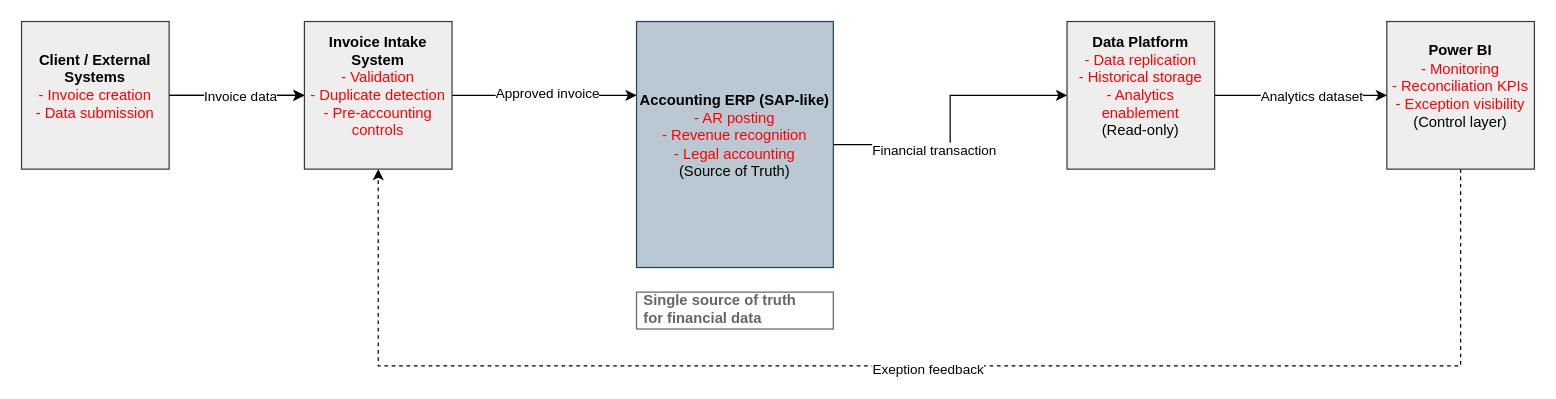
Before: diagrams/I2C_Logical_System_Architecture.drawio in aoffenbek/invoice-to-cash-bsa-portfolio, a draw.io diagram. Source tidied: cells renumbered, new cells numbered last; positions are measured from the earlier drawing's top-left corner, leaving out a move shared by most shapes. Both pictures are drawn from the tidied source at 123%, with x=0, y=0 at pixel (21, 21).
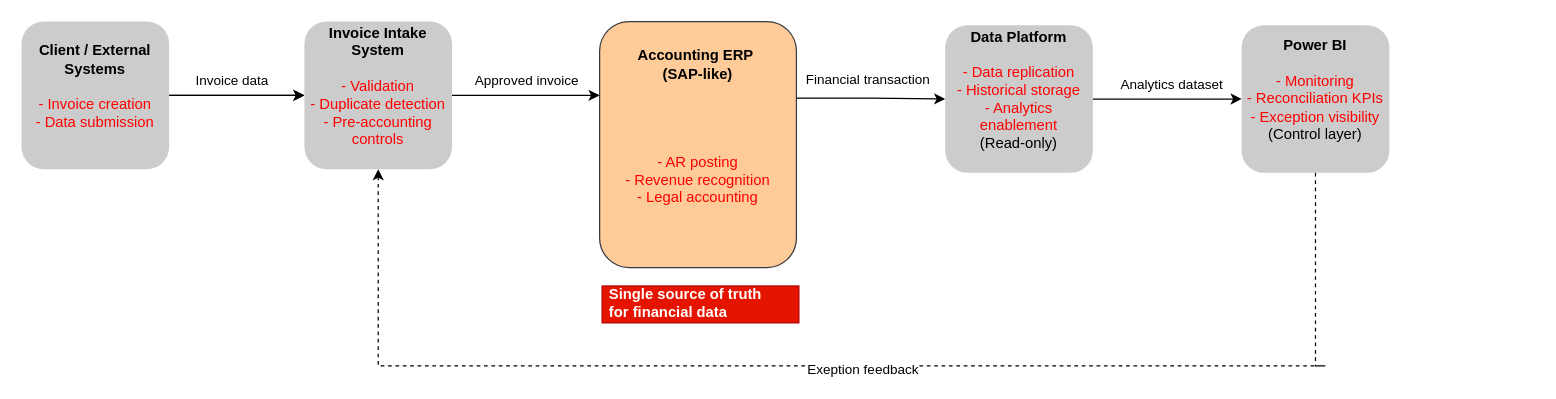
After the change.

Commit message (it also covers changes not shown here):
Enhanced diagrams

The change refers to these unchanged cells:
```xml
<mxCell id="6" style="edgeStyle=orthogonalEdgeStyle;rounded=0;jettySize=auto;html=1;" parent="1" edge="1" source="8" target="17">
  <mxGeometry relative="1" as="geometry" />
</mxCell>
<mxCell id="9" style="edgeStyle=orthogonalEdgeStyle;rounded=0;jettySize=auto;html=1;" parent="1" edge="1" source="11" target="4">
  <mxGeometry relative="1" as="geometry" />
</mxCell>
<mxCell id="15" style="edgeStyle=orthogonalEdgeStyle;rounded=0;jettySize=auto;html=1;" parent="1" edge="1" source="17" target="14">
  <mxGeometry relative="1" as="geometry">
    <Array as="points">
      <mxPoint x="510" y="60" />
      <mxPoint x="510" y="60" />
    </Array>
  </mxGeometry>
</mxCell>
```

Change to the diagram source:
```diff
@@
-    <mxCell id="4" value="&lt;div&gt;&lt;b&gt;Power BI&lt;/b&gt;&lt;/div&gt;&lt;div&gt;&lt;font style=&quot;color: rgb(255, 0, 0);&quot;&gt;- Monitoring&lt;/font&gt;&lt;/div&gt;&lt;div&gt;&lt;font style=&quot;color: rgb(255, 0, 0);&quot;&gt;- Reconciliation KPIs&lt;/font&gt;&lt;/div&gt;&lt;div&gt;&lt;font style=&quot;color: rgb(255, 0, 0);&quot;&gt;- Exception visibility&lt;/font&gt;&lt;/div&gt;&lt;div&gt;(Control layer)&lt;/div&gt;&lt;div&gt;&lt;br&gt;&lt;/div&gt;" style="rounded=0;whiteSpace=wrap;html=1;fillColor=#eeeeee;strokeColor=#36393d;" parent="1" vertex="1">
-      <mxGeometry x="1110" width="120" height="120" as="geometry" />
+    <mxCell id="4" value="&lt;div&gt;&lt;b&gt;Power BI&lt;/b&gt;&lt;/div&gt;&lt;div&gt;&lt;b&gt;&lt;br&gt;&lt;/b&gt;&lt;/div&gt;&lt;div&gt;&lt;font style=&quot;color: rgb(255, 0, 0);&quot;&gt;- Monitoring&lt;/font&gt;&lt;/div&gt;&lt;div&gt;&lt;font style=&quot;color: rgb(255, 0, 0);&quot;&gt;- Reconciliation KPIs&lt;/font&gt;&lt;/div&gt;&lt;div&gt;&lt;font style=&quot;color: rgb(255, 0, 0);&quot;&gt;- Exception visibility&lt;/font&gt;&lt;/div&gt;&lt;div&gt;(Control layer)&lt;/div&gt;&lt;div&gt;&lt;br&gt;&lt;/div&gt;" style="rounded=1;whiteSpace=wrap;html=1;fillColor=#CCCCCC;strokeColor=none;" parent="1" vertex="1">
+      <mxGeometry x="992" y="3" width="120" height="120" as="geometry" />
     </mxCell>
@@
     <mxCell id="7" value="Invoice data" style="edgeLabel;html=1;align=center;verticalAlign=middle;" parent="6" vertex="1">
-      <mxGeometry x="0.04" relative="1" as="geometry" />
+      <mxGeometry x="0.04" relative="1" as="geometry">
+        <mxPoint x="-7" y="-13" as="offset" />
+      </mxGeometry>
     </mxCell>
-    <mxCell id="8" value="&lt;div&gt;&lt;b&gt;Client / External Systems&lt;/b&gt;&lt;/div&gt;&lt;div&gt;&lt;span style=&quot;background-color: transparent; color: rgb(255, 0, 0);&quot;&gt;- Invoice creation&lt;/span&gt;&lt;/div&gt;&lt;div&gt;&lt;span style=&quot;color: rgb(255, 0, 0); background-color: transparent;&quot;&gt;- Data submission&lt;/span&gt;&lt;/div&gt;&lt;div&gt;&lt;br&gt;&lt;/div&gt;" style="rounded=0;whiteSpace=wrap;html=1;fillColor=#eeeeee;strokeColor=#36393d;" parent="1" vertex="1">
+    <mxCell id="8" value="&lt;div&gt;&lt;b&gt;Client / External Systems&lt;/b&gt;&lt;/div&gt;&lt;div&gt;&lt;b&gt;&lt;br&gt;&lt;/b&gt;&lt;/div&gt;&lt;div&gt;&lt;span style=&quot;background-color: transparent; color: rgb(255, 0, 0);&quot;&gt;- Invoice creation&lt;/span&gt;&lt;/div&gt;&lt;div&gt;&lt;span style=&quot;color: rgb(255, 0, 0); background-color: transparent;&quot;&gt;- Data submission&lt;/span&gt;&lt;/div&gt;&lt;div&gt;&lt;br&gt;&lt;/div&gt;" style="rounded=1;whiteSpace=wrap;html=1;fillColor=#CCCCCC;strokeColor=none;" parent="1" vertex="1">
       <mxGeometry width="120" height="120" as="geometry" />
     </mxCell>
@@
     <mxCell id="10" value="Analytics dataset" style="edgeLabel;html=1;align=center;verticalAlign=middle;" parent="9" vertex="1">
-      <mxGeometry x="0.12" relative="1" as="geometry" />
+      <mxGeometry x="0.12" relative="1" as="geometry">
+        <mxPoint x="-5" y="-13" as="offset" />
+      </mxGeometry>
     </mxCell>
-    <mxCell id="11" value="&lt;div&gt;&lt;b&gt;Data Platform&lt;/b&gt;&lt;/div&gt;&lt;div&gt;&lt;font style=&quot;color: rgb(255, 0, 0);&quot;&gt;- Data replication&lt;/font&gt;&lt;/div&gt;&lt;div&gt;&lt;font style=&quot;color: rgb(255, 0, 0);&quot;&gt;- Historical storage&lt;/font&gt;&lt;/div&gt;&lt;div&gt;&lt;font style=&quot;color: rgb(255, 0, 0);&quot;&gt;- Analytics enablement&lt;/font&gt;&lt;/div&gt;&lt;div&gt;(Read-only)&lt;/div&gt;&lt;div&gt;&lt;br&gt;&lt;/div&gt;" style="rounded=0;whiteSpace=wrap;html=1;fillColor=#eeeeee;strokeColor=#36393d;" parent="1" vertex="1">
-      <mxGeometry x="850" width="120" height="120" as="geometry" />
+    <mxCell id="11" value="&lt;div&gt;&lt;b&gt;Data Platform&lt;/b&gt;&lt;/div&gt;&lt;div&gt;&lt;b&gt;&lt;br&gt;&lt;/b&gt;&lt;/div&gt;&lt;div&gt;&lt;font style=&quot;color: rgb(255, 0, 0);&quot;&gt;- Data replication&lt;/font&gt;&lt;/div&gt;&lt;div&gt;&lt;font style=&quot;color: rgb(255, 0, 0);&quot;&gt;- Historical storage&lt;/font&gt;&lt;/div&gt;&lt;div&gt;&lt;font style=&quot;color: rgb(255, 0, 0);&quot;&gt;- Analytics enablement&lt;/font&gt;&lt;/div&gt;&lt;div&gt;(Read-only)&lt;/div&gt;&lt;div&gt;&lt;br&gt;&lt;/div&gt;" style="rounded=1;whiteSpace=wrap;html=1;fillColor=#CCCCCC;strokeColor=none;" parent="1" vertex="1">
+      <mxGeometry x="751" y="3" width="120" height="120" as="geometry" />
     </mxCell>
-    <mxCell id="12" style="edgeStyle=orthogonalEdgeStyle;rounded=0;jettySize=auto;html=1;entryX=0;entryY=0.5;entryDx=0;entryDy=0;" parent="1" edge="1" source="14" target="11">
+    <mxCell id="12" style="edgeStyle=orthogonalEdgeStyle;rounded=0;jettySize=auto;html=1;entryX=0;entryY=0.5;entryDx=0;entryDy=0;exitX=1;exitY=0.311;exitDx=0;exitDy=0;exitPerimeter=0;" parent="1" edge="1" source="14" target="11">
       <mxGeometry relative="1" as="geometry" />
     </mxCell>
     <mxCell id="13" value="Financial transaction" style="edgeLabel;html=1;align=center;verticalAlign=middle;" parent="12" vertex="1">
       <mxGeometry x="-0.29" y="-4" relative="1" as="geometry">
-        <mxPoint x="-1" as="offset" />
+        <mxPoint x="14" y="-20" as="offset" />
       </mxGeometry>
     </mxCell>
-    <mxCell id="14" value="&lt;div&gt;&lt;b&gt;Accounting ERP&lt;/b&gt; &lt;b&gt;(SAP-like)&lt;/b&gt;&lt;/div&gt;&lt;div&gt;&lt;font style=&quot;color: rgb(255, 0, 0);&quot;&gt;- AR posting&lt;/font&gt;&lt;/div&gt;&lt;div&gt;&lt;font style=&quot;color: rgb(255, 0, 0);&quot;&gt;- Revenue recognition&lt;/font&gt;&lt;/div&gt;&lt;div&gt;&lt;font style=&quot;color: rgb(255, 0, 0);&quot;&gt;- Legal accounting&lt;/font&gt;&lt;/div&gt;&lt;div&gt;(Source of Truth)&lt;/div&gt;&lt;div&gt;&lt;br&gt;&lt;/div&gt;" style="rounded=0;whiteSpace=wrap;html=1;fillColor=#bac8d3;strokeColor=#23445d;" parent="1" vertex="1">
-      <mxGeometry x="500" width="160" height="200" as="geometry" />
+    <mxCell id="14" value="&lt;div&gt;&lt;b&gt;Accounting ERP&lt;/b&gt;&amp;nbsp;&lt;/div&gt;&lt;div&gt;&lt;b&gt;(SAP-like)&lt;/b&gt;&lt;/div&gt;&lt;div&gt;&lt;b&gt;&lt;br&gt;&lt;/b&gt;&lt;/div&gt;&lt;div&gt;&lt;br&gt;&lt;/div&gt;&lt;div&gt;&lt;b&gt;&lt;br&gt;&lt;/b&gt;&lt;/div&gt;&lt;div&gt;&lt;b&gt;&lt;br&gt;&lt;/b&gt;&lt;/div&gt;&lt;div&gt;&lt;font style=&quot;color: rgb(255, 0, 0);&quot;&gt;- AR posting&lt;/font&gt;&lt;/div&gt;&lt;div&gt;&lt;font style=&quot;color: rgb(255, 0, 0);&quot;&gt;- Revenue recognition&lt;/font&gt;&lt;/div&gt;&lt;div&gt;&lt;font style=&quot;color: rgb(255, 0, 0);&quot;&gt;- Legal accounting&lt;/font&gt;&lt;/div&gt;&lt;div&gt;&lt;br&gt;&lt;/div&gt;&lt;div&gt;&lt;br&gt;&lt;/div&gt;" style="rounded=1;whiteSpace=wrap;html=1;fillColor=#ffcc99;strokeColor=#36393d;" parent="1" vertex="1">
+      <mxGeometry x="470" width="160" height="200" as="geometry" />
     </mxCell>
@@
     <mxCell id="16" value="Approved invoice" style="edgeLabel;html=1;align=left;verticalAlign=middle;" parent="15" vertex="1">
-      <mxGeometry x="-0.55" y="2" relative="1" as="geometry" />
+      <mxGeometry x="-0.55" y="2" relative="1" as="geometry">
+        <mxPoint x="-10" y="-11" as="offset" />
+      </mxGeometry>
     </mxCell>
-    <mxCell id="17" value="&lt;div&gt;&lt;b&gt;Invoice Intake System&lt;/b&gt;&lt;/div&gt;&lt;div&gt;&lt;font style=&quot;color: rgb(255, 0, 0);&quot;&gt;- Validation&lt;/font&gt;&lt;/div&gt;&lt;div&gt;&lt;font style=&quot;color: rgb(255, 0, 0);&quot;&gt;- Duplicate detection&lt;/font&gt;&lt;/div&gt;&lt;div&gt;&lt;font style=&quot;color: rgb(255, 0, 0);&quot;&gt;- Pre-accounting controls&lt;/font&gt;&lt;/div&gt;&lt;div&gt;&lt;br&gt;&lt;/div&gt;" style="rounded=0;whiteSpace=wrap;html=1;fillColor=#eeeeee;strokeColor=#36393d;" parent="1" vertex="1">
+    <mxCell id="17" value="&lt;div&gt;&lt;b&gt;Invoice Intake System&lt;/b&gt;&lt;/div&gt;&lt;div&gt;&lt;b&gt;&lt;br&gt;&lt;/b&gt;&lt;/div&gt;&lt;div&gt;&lt;font style=&quot;color: rgb(255, 0, 0);&quot;&gt;- Validation&lt;/font&gt;&lt;/div&gt;&lt;div&gt;&lt;font style=&quot;color: rgb(255, 0, 0);&quot;&gt;- Duplicate detection&lt;/font&gt;&lt;/div&gt;&lt;div&gt;&lt;font style=&quot;color: rgb(255, 0, 0);&quot;&gt;- Pre-accounting controls&lt;/font&gt;&lt;/div&gt;&lt;div&gt;&lt;br&gt;&lt;/div&gt;" style="rounded=1;whiteSpace=wrap;html=1;fillColor=#CCCCCC;strokeColor=none;" parent="1" vertex="1">
       <mxGeometry x="230" width="120" height="120" as="geometry" />
     </mxCell>
-    <mxCell id="18" value="&lt;div&gt;Single source of truth&lt;/div&gt;&lt;div&gt;for financial data&lt;/div&gt;" style="strokeWidth=1;shadow=0;dashed=0;align=center;html=1;shape=mxgraph.mockup.text.textBox;fontColor=#666666;align=left;fontSize=12;spacingLeft=4;spacingTop=-3;whiteSpace=wrap;strokeColor=#666666;mainText=;fontStyle=1;" parent="1" vertex="1">
-      <mxGeometry x="500" y="220" width="160" height="30" as="geometry" />
+    <mxCell id="18" value="&lt;div&gt;Single source of truth&lt;/div&gt;&lt;div&gt;for financial data&lt;/div&gt;" style="strokeWidth=1;shadow=0;dashed=0;align=center;html=1;shape=mxgraph.mockup.text.textBox;fontColor=#ffffff;align=left;fontSize=12;spacingLeft=4;spacingTop=-3;whiteSpace=wrap;strokeColor=#B20000;mainText=;fontStyle=1;fillColor=#e51400;" parent="1" vertex="1">
+      <mxGeometry x="472" y="215" width="160" height="30" as="geometry" />
     </mxCell>
```
